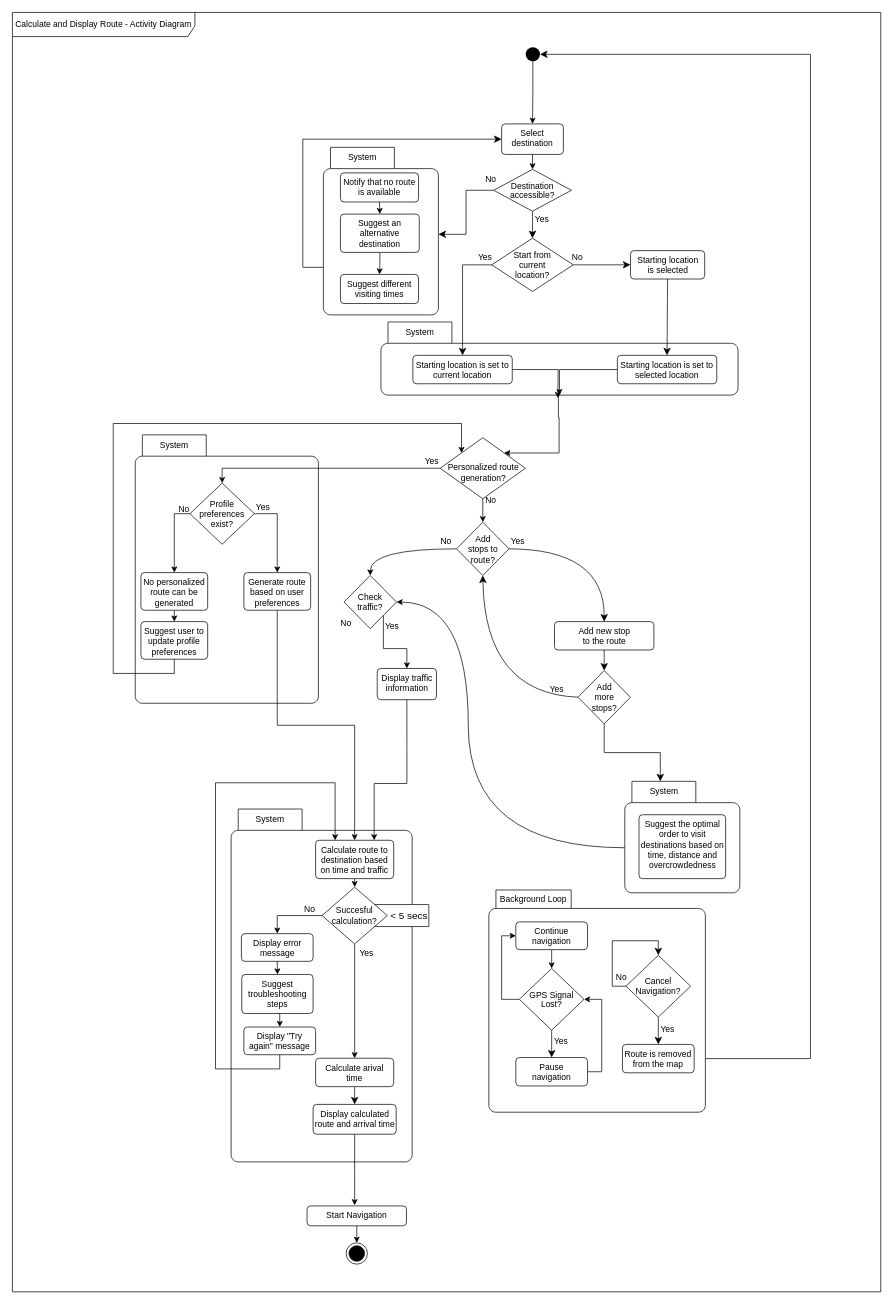
The draw.io diagram Activity Diagrams/Calculate-and-Display-Route.drawio in gsklaven/MusePath, before the edit. Source tidied: cells renumbered, new cells numbered last; positions are measured from the earlier drawing's top-left corner, leaving out a move shared by most shapes. Both pictures are drawn from the tidied source at 71%, with x=0, y=0 at pixel (12, 12).
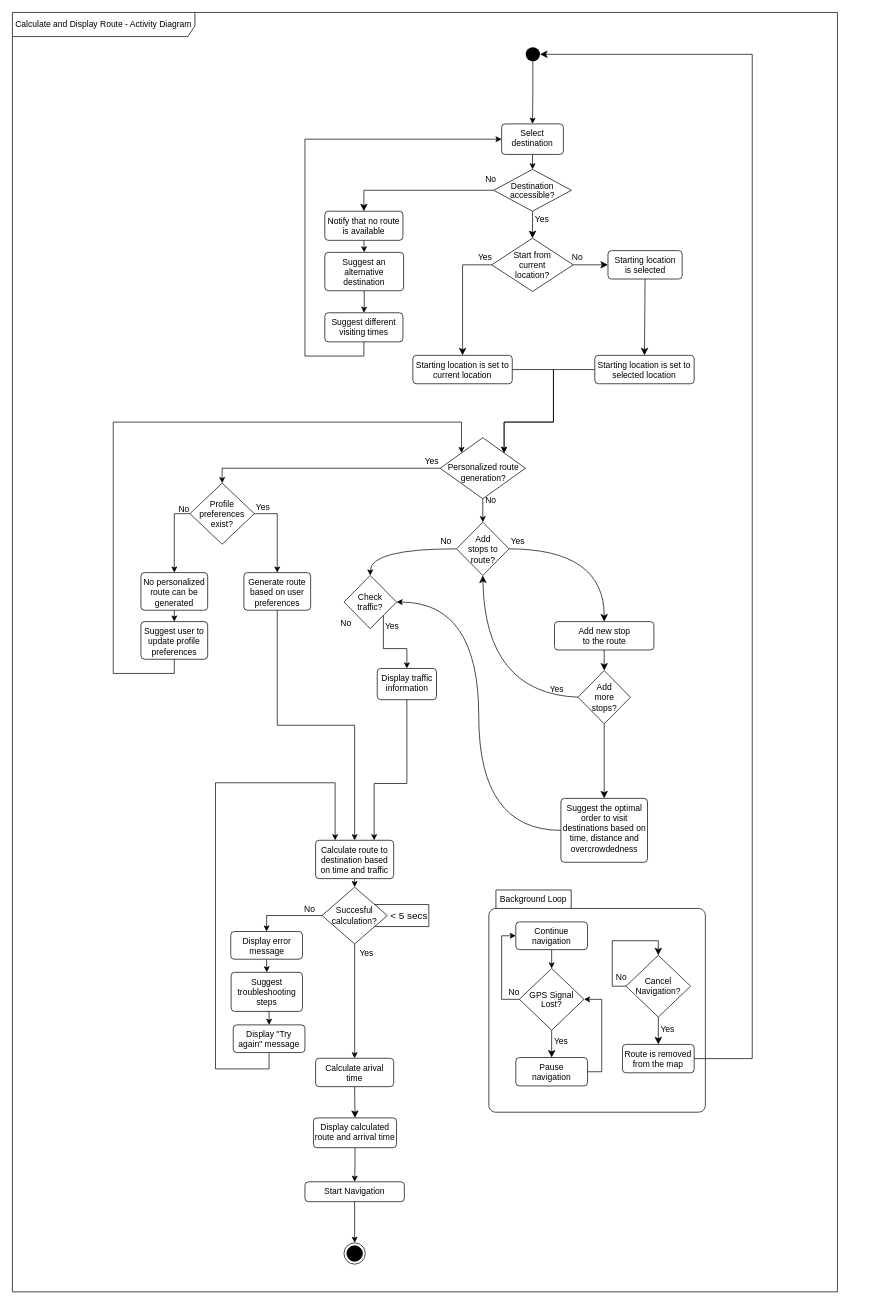
The same page after the edit.

Commit message (it also covers changes not shown here):
Update activity diagram

Unchanged cells that the change refers to:
```xml
<mxCell id="6" style="ellipse;fillColor=#000000;strokeColor=none;" parent="2" vertex="1">
  <mxGeometry x="723" y="49" width="20" height="20" as="geometry" />
</mxCell>
<mxCell id="8" value="Select&lt;div&gt;destination&lt;/div&gt;" style="html=1;align=center;verticalAlign=top;rounded=1;absoluteArcSize=1;arcSize=10;dashed=0;whiteSpace=wrap;" parent="2" vertex="1">
  <mxGeometry x="689" y="157" width="87" height="43" as="geometry" />
</mxCell>
<mxCell id="21" style="rhombus;" parent="2" vertex="1">
  <mxGeometry x="796.5" y="927" width="74" height="75" as="geometry" />
</mxCell>
<mxCell id="29" value="Starting location is set to current location" style="html=1;align=center;verticalAlign=top;rounded=1;absoluteArcSize=1;arcSize=10;dashed=0;whiteSpace=wrap;" parent="2" vertex="1">
  <mxGeometry x="564" y="483" width="140" height="40" as="geometry" />
</mxCell>
<mxCell id="46" value="Destination&#10;accessible?" style="rhombus;" parent="2" vertex="1">
  <mxGeometry x="677.8" y="221" width="109.5" height="59" as="geometry" />
</mxCell>
<mxCell id="50" value="Check&#10;traffic?" style="rhombus;" parent="2" vertex="1">
  <mxGeometry x="467" y="793" width="74" height="75" as="geometry" />
</mxCell>
<mxCell id="55" style="rhombus;" parent="2" vertex="1">
  <mxGeometry x="602.5" y="599" width="120" height="86" as="geometry" />
</mxCell>
<mxCell id="61" value="Calculate route to destination based on time and traffic" style="html=1;align=center;verticalAlign=top;rounded=1;absoluteArcSize=1;arcSize=10;dashed=0;whiteSpace=wrap;" parent="2" vertex="1">
  <mxGeometry x="427" y="1166" width="110" height="54" as="geometry" />
</mxCell>
<mxCell id="72" value="Route is removed from the map" style="html=1;align=center;verticalAlign=top;rounded=1;absoluteArcSize=1;arcSize=10;dashed=0;whiteSpace=wrap;" parent="2" vertex="1">
  <mxGeometry x="859.2" y="1453.5" width="101" height="40" as="geometry" />
</mxCell>
<mxCell id="107" value="Suggest user to update profile&lt;div&gt;&lt;span style=&quot;text-wrap-mode: nowrap;&quot;&gt;preferences&lt;/span&gt;&lt;/div&gt;" style="html=1;align=center;verticalAlign=top;rounded=1;absoluteArcSize=1;arcSize=10;dashed=0;whiteSpace=wrap;" parent="2" vertex="1">
  <mxGeometry x="181" y="858" width="94" height="53" as="geometry" />
</mxCell>
```

Diff of the diagram source:
```diff
@@
     <mxCell id="2" value="Calculate and Display Route - Activity Diagram" style="shape=umlFrame;whiteSpace=wrap;html=1;width=257;height=34;" parent="1" vertex="1">
-      <mxGeometry width="1223" height="1802" as="geometry" />
+      <mxGeometry width="1162" height="1802" as="geometry" />
     </mxCell>
-    <mxCell id="3" value="System" style="shape=folder;align=center;verticalAlign=middle;fontStyle=0;tabWidth=100;tabHeight=30;tabPosition=left;html=1;boundedLbl=1;labelInHeader=1;rounded=1;absoluteArcSize=1;arcSize=10;whiteSpace=wrap;" parent="2" vertex="1">
-      <mxGeometry x="173" y="595" width="258" height="378" as="geometry" />
-    </mxCell>
-    <mxCell id="4" value="System" style="shape=folder;align=center;verticalAlign=middle;fontStyle=0;tabWidth=100;tabHeight=30;tabPosition=left;html=1;boundedLbl=1;labelInHeader=1;rounded=1;absoluteArcSize=1;arcSize=10;whiteSpace=wrap;" parent="2" vertex="1">
-      <mxGeometry x="519" y="436" width="503" height="103" as="geometry" />
-    </mxCell>
@@
     <mxCell id="10" value="Start Navigation" style="html=1;align=center;verticalAlign=top;rounded=1;absoluteArcSize=1;arcSize=10;dashed=0;whiteSpace=wrap;" parent="2" vertex="1">
-      <mxGeometry x="415" y="1681" width="140" height="28" as="geometry" />
+      <mxGeometry x="412" y="1647" width="140" height="28" as="geometry" />
     </mxCell>
@@
-    <mxCell id="20" style="edgeStyle=orthogonalEdgeStyle;rounded=0;jettySize=auto;html=1;exitX=0.5;exitY=1;exitDx=0;exitDy=0;fontSize=12;startSize=8;endSize=8;entryX=0;entryY=0;entryDx=50;entryDy=0;entryPerimeter=0;" parent="2" edge="1" source="21" target="66">
+    <mxCell id="20" style="edgeStyle=orthogonalEdgeStyle;rounded=0;jettySize=auto;html=1;exitX=0.5;exitY=1;exitDx=0;exitDy=0;fontSize=12;startSize=8;endSize=8;entryX=0.5;entryY=0;entryDx=0;entryDy=0;" parent="2" edge="1" source="21" target="67">
       <mxGeometry relative="1" as="geometry" />
     </mxCell>
@@
-    <mxCell id="24" style="edgeStyle=orthogonalEdgeStyle;rounded=0;jettySize=auto;html=1;exitX=0;exitY=0;exitDx=0;exitDy=93.5;exitPerimeter=0;entryX=1;entryY=0.5;entryDx=0;entryDy=0;curved=1;" parent="2" edge="1" source="66" target="50">
-      <mxGeometry relative="1" as="geometry">
-        <Array as="points">
-          <mxPoint x="642" y="1177" />
-          <mxPoint x="642" y="831" />
-        </Array>
-      </mxGeometry>
-    </mxCell>
-    <mxCell id="25" style="edgeStyle=orthogonalEdgeStyle;rounded=0;jettySize=auto;html=1;exitX=1;exitY=0.5;exitDx=0;exitDy=0;fontSize=12;startSize=8;endSize=8;entryX=1;entryY=0.5;entryDx=0;entryDy=0;" parent="2" edge="1" source="72" target="6">
-      <mxGeometry relative="1" as="geometry">
-        <Array as="points">
-          <mxPoint x="1124" y="1474" />
-          <mxPoint x="1124" y="59" />
-        </Array>
-      </mxGeometry>
-    </mxCell>
@@
-    <mxCell id="28" style="edgeStyle=orthogonalEdgeStyle;rounded=0;jettySize=auto;html=1;" parent="2" edge="1" source="29">
-      <mxGeometry relative="1" as="geometry">
-        <mxPoint x="768.2" y="543.2" as="targetPoint" />
-      </mxGeometry>
-    </mxCell>
+    <mxCell id="110" style="edgeStyle=orthogonalEdgeStyle;rounded=0;jettySize=auto;html=1;exitX=1;exitY=0.5;exitDx=0;exitDy=0;entryX=1;entryY=0;entryDx=0;entryDy=0;" parent="2" edge="1" source="29" target="55">
+      <mxGeometry relative="1" as="geometry">
+        <Array as="points">
+          <mxPoint x="762" y="503" />
+          <mxPoint x="762" y="577" />
+          <mxPoint x="693" y="577" />
+        </Array>
+      </mxGeometry>
+    </mxCell>
@@
+    <mxCell id="111" style="edgeStyle=orthogonalEdgeStyle;rounded=0;jettySize=auto;html=1;exitX=0;exitY=0.5;exitDx=0;exitDy=0;entryX=1;entryY=0;entryDx=0;entryDy=0;" parent="2" edge="1" source="31" target="55">
+      <mxGeometry relative="1" as="geometry">
+        <Array as="points">
+          <mxPoint x="762" y="503" />
+          <mxPoint x="762" y="577" />
+          <mxPoint x="693" y="577" />
+        </Array>
+      </mxGeometry>
+    </mxCell>
     <mxCell id="31" value="Starting location is set to&lt;div&gt;selected location&lt;/div&gt;" style="html=1;align=center;verticalAlign=top;rounded=1;absoluteArcSize=1;arcSize=10;dashed=0;whiteSpace=wrap;" parent="2" vertex="1">
-      <mxGeometry x="852" y="483" width="140" height="40" as="geometry" />
+      <mxGeometry x="820.2" y="483" width="140" height="40" as="geometry" />
     </mxCell>
     <mxCell id="32" value="Starting location&lt;div&gt;is selected&lt;/div&gt;" style="html=1;align=center;verticalAlign=top;rounded=1;absoluteArcSize=1;arcSize=10;dashed=0;whiteSpace=wrap;" parent="2" vertex="1">
-      <mxGeometry x="870.5" y="335.5" width="104.5" height="40" as="geometry" />
+      <mxGeometry x="838.8" y="335.5" width="104.5" height="40" as="geometry" />
     </mxCell>
@@
-    <mxCell id="37" style="edgeStyle=orthogonalEdgeStyle;rounded=0;jettySize=auto;html=1;exitX=0.5;exitY=1;exitDx=0;exitDy=0;exitPerimeter=0;entryX=0;entryY=0.5;entryDx=0;entryDy=0;fontSize=12;startSize=8;endSize=8;" parent="2" edge="1" source="38" target="8">
-      <mxGeometry relative="1" as="geometry">
-        <Array as="points">
-          <mxPoint x="509" y="344" />
-          <mxPoint x="509" y="359" />
-          <mxPoint x="409" y="359" />
-          <mxPoint x="409" y="178" />
-        </Array>
-      </mxGeometry>
-    </mxCell>
-    <mxCell id="38" value="System" style="shape=folder;align=center;verticalAlign=middle;fontStyle=0;tabWidth=100;tabHeight=30;tabPosition=left;html=1;boundedLbl=1;labelInHeader=1;rounded=1;absoluteArcSize=1;arcSize=10;whiteSpace=wrap;" parent="2" vertex="1">
-      <mxGeometry x="438" y="190" width="162" height="236" as="geometry" />
-    </mxCell>
@@
     <mxCell id="40" value="Notify that no route is available" style="html=1;align=center;verticalAlign=top;rounded=1;absoluteArcSize=1;arcSize=10;dashed=0;whiteSpace=wrap;" parent="2" vertex="1">
-      <mxGeometry x="462" y="226" width="110" height="41" as="geometry" />
+      <mxGeometry x="440" y="280" width="110" height="41" as="geometry" />
     </mxCell>
@@
     <mxCell id="42" value="Suggest an alternative destination" style="html=1;align=center;verticalAlign=top;rounded=1;absoluteArcSize=1;arcSize=10;dashed=0;whiteSpace=wrap;" parent="2" vertex="1">
-      <mxGeometry x="462" y="284" width="111" height="54" as="geometry" />
+      <mxGeometry x="440" y="338" width="111" height="54" as="geometry" />
     </mxCell>
+    <mxCell id="112" style="edgeStyle=orthogonalEdgeStyle;rounded=0;jettySize=auto;html=1;exitX=0.5;exitY=1;exitDx=0;exitDy=0;entryX=0;entryY=0.5;entryDx=0;entryDy=0;" parent="2" edge="1" source="43" target="8">
+      <mxGeometry relative="1" as="geometry">
+        <Array as="points">
+          <mxPoint x="495" y="484" />
+          <mxPoint x="412" y="484" />
+          <mxPoint x="412" y="179" />
+        </Array>
+      </mxGeometry>
+    </mxCell>
     <mxCell id="43" value="Suggest different visiting times" style="html=1;align=center;verticalAlign=top;rounded=1;absoluteArcSize=1;arcSize=10;dashed=0;whiteSpace=wrap;" parent="2" vertex="1">
-      <mxGeometry x="462" y="369" width="110" height="41" as="geometry" />
+      <mxGeometry x="440" y="423" width="110" height="41" as="geometry" />
     </mxCell>
@@
-    <mxCell id="47" style="edgeStyle=orthogonalEdgeStyle;rounded=0;jettySize=auto;html=1;exitX=0;exitY=0.5;exitDx=0;exitDy=0;entryX=0;entryY=0;entryDx=162;entryDy=122.5;entryPerimeter=0;fontSize=12;startSize=8;endSize=8;" parent="2" edge="1" source="46" target="38">
+    <mxCell id="47" style="edgeStyle=orthogonalEdgeStyle;rounded=0;jettySize=auto;html=1;exitX=0;exitY=0.5;exitDx=0;exitDy=0;entryX=0.5;entryY=0;entryDx=0;entryDy=0;fontSize=12;startSize=8;endSize=8;" parent="2" edge="1" source="46" target="40">
       <mxGeometry relative="1" as="geometry" />
     </mxCell>
@@
-    <mxCell id="59" value="System" style="shape=folder;align=center;verticalAlign=middle;fontStyle=0;tabWidth=100;tabHeight=30;tabPosition=left;html=1;boundedLbl=1;labelInHeader=1;rounded=1;absoluteArcSize=1;arcSize=10;whiteSpace=wrap;" parent="2" vertex="1">
-      <mxGeometry x="308" y="1122" width="255" height="497" as="geometry" />
-    </mxCell>
@@
-    <mxCell id="64" style="edgeStyle=orthogonalEdgeStyle;rounded=0;jettySize=auto;html=1;exitX=0.5;exitY=1;exitDx=0;exitDy=0;entryX=0.5;entryY=0;entryDx=0;entryDy=0;" parent="2" edge="1" source="65">
-      <mxGeometry relative="1" as="geometry">
-        <mxPoint x="482" y="1680" as="targetPoint" />
-      </mxGeometry>
-    </mxCell>
+    <mxCell id="113" style="edgeStyle=orthogonalEdgeStyle;rounded=0;jettySize=auto;html=1;exitX=0.5;exitY=1;exitDx=0;exitDy=0;entryX=0.5;entryY=0;entryDx=0;entryDy=0;" parent="2" edge="1" source="65" target="10">
+      <mxGeometry relative="1" as="geometry" />
+    </mxCell>
     <mxCell id="65" value="Display calculated route and arrival time" style="html=1;align=center;verticalAlign=top;rounded=1;absoluteArcSize=1;arcSize=10;dashed=0;whiteSpace=wrap;" parent="2" vertex="1">
-      <mxGeometry x="423.5" y="1538" width="117" height="42" as="geometry" />
+      <mxGeometry x="424" y="1557" width="117" height="42" as="geometry" />
     </mxCell>
-    <mxCell id="66" value="System" style="shape=folder;align=center;verticalAlign=middle;fontStyle=0;tabWidth=100;tabHeight=30;tabPosition=left;html=1;boundedLbl=1;labelInHeader=1;rounded=1;absoluteArcSize=1;arcSize=10;whiteSpace=wrap;" parent="2" vertex="1">
-      <mxGeometry x="862.5" y="1083" width="162" height="157" as="geometry" />
-    </mxCell>
+    <mxCell id="114" style="edgeStyle=orthogonalEdgeStyle;rounded=0;jettySize=auto;html=1;exitX=0;exitY=0.5;exitDx=0;exitDy=0;entryX=1;entryY=0.5;entryDx=0;entryDy=0;curved=1;" parent="2" edge="1" source="67" target="50">
+      <mxGeometry relative="1" as="geometry" />
+    </mxCell>
     <mxCell id="67" value="Suggest the optimal order to visit destinations based on time, distance and&lt;div&gt;overcrowdedness&lt;/div&gt;" style="html=1;align=center;verticalAlign=top;rounded=1;absoluteArcSize=1;arcSize=10;dashed=0;whiteSpace=wrap;" parent="2" vertex="1">
-      <mxGeometry x="882.5" y="1130" width="122" height="90" as="geometry" />
+      <mxGeometry x="772.5" y="1107" width="122" height="90" as="geometry" />
     </mxCell>
@@
     <mxCell id="88" value="Display error message" style="html=1;align=center;verticalAlign=top;rounded=1;absoluteArcSize=1;arcSize=10;dashed=0;whiteSpace=wrap;" parent="2" vertex="1">
-      <mxGeometry x="322.5" y="1297.5" width="101" height="39" as="geometry" />
+      <mxGeometry x="307.5" y="1294.5" width="101" height="39" as="geometry" />
     </mxCell>
@@
     <mxCell id="90" value="Suggest&lt;div&gt;troubleshooting steps&lt;/div&gt;" style="html=1;align=center;verticalAlign=top;rounded=1;absoluteArcSize=1;arcSize=10;dashed=0;whiteSpace=wrap;" parent="2" vertex="1">
-      <mxGeometry x="323" y="1355" width="100.5" height="55" as="geometry" />
+      <mxGeometry x="308" y="1352" width="100.5" height="55" as="geometry" />
     </mxCell>
     <mxCell id="91" style="edgeStyle=orthogonalEdgeStyle;rounded=0;jettySize=auto;html=1;exitX=0.5;exitY=1;exitDx=0;exitDy=0;entryX=0.25;entryY=0;entryDx=0;entryDy=0;" parent="2" edge="1" source="92" target="61">
       <mxGeometry relative="1" as="geometry">
         <Array as="points">
-          <mxPoint x="376" y="1488" />
+          <mxPoint x="362" y="1488" />
           <mxPoint x="286" y="1488" />
           <mxPoint x="286" y="1085" />
-          <mxPoint x="454" y="1085" />
+          <mxPoint x="455" y="1085" />
         </Array>
       </mxGeometry>
     </mxCell>
     <mxCell id="92" value="Display &quot;Try again&quot; message" style="html=1;align=center;verticalAlign=top;rounded=1;absoluteArcSize=1;arcSize=10;dashed=0;whiteSpace=wrap;" parent="2" vertex="1">
-      <mxGeometry x="326" y="1429" width="101" height="39" as="geometry" />
+      <mxGeometry x="311" y="1426" width="101" height="39" as="geometry" />
     </mxCell>
     <mxCell id="93" style="ellipse;html=1;shape=endState;fillColor=strokeColor;" parent="2" vertex="1">
-      <mxGeometry x="470" y="1733" width="30" height="30" as="geometry" />
+      <mxGeometry x="467" y="1733" width="30" height="30" as="geometry" />
     </mxCell>
-    <mxCell id="94" style="edgeStyle=orthogonalEdgeStyle;rounded=0;jettySize=auto;html=1;exitX=0.5;exitY=1;exitDx=0;exitDy=0;exitPerimeter=0;entryX=1;entryY=0;entryDx=0;entryDy=0;" parent="2" edge="1" source="4" target="55">
-      <mxGeometry relative="1" as="geometry">
-        <Array as="points">
-          <mxPoint x="769" y="539" />
-          <mxPoint x="769" y="571" />
-          <mxPoint x="770" y="571" />
-          <mxPoint x="770" y="621" />
-        </Array>
-      </mxGeometry>
-    </mxCell>
@@
     <mxCell id="106" style="edgeStyle=orthogonalEdgeStyle;rounded=0;jettySize=auto;html=1;exitX=0.5;exitY=1;exitDx=0;exitDy=0;entryX=0;entryY=0;entryDx=0;entryDy=0;" parent="2" edge="1" source="107" target="55">
       <mxGeometry relative="1" as="geometry">
         <Array as="points">
           <mxPoint x="228" y="931" />
           <mxPoint x="142" y="931" />
-          <mxPoint x="142" y="579" />
-          <mxPoint x="633" y="579" />
+          <mxPoint x="142" y="577" />
+          <mxPoint x="632" y="577" />
         </Array>
       </mxGeometry>
     </mxCell>
@@
-    <mxCell id="109" style="edgeStyle=orthogonalEdgeStyle;rounded=0;jettySize=auto;html=1;entryX=0.5;entryY=1;entryDx=0;entryDy=0;entryPerimeter=0;" parent="2" edge="1" source="31" target="4">
-      <mxGeometry relative="1" as="geometry">
-        <Array as="points">
-          <mxPoint x="771" y="503" />
-        </Array>
-      </mxGeometry>
-    </mxCell>
+    <mxCell id="115" value="No" style="text;html=1;align=center;verticalAlign=middle;whiteSpace=wrap;rounded=0;" parent="2" vertex="1">
+      <mxGeometry x="676.5" y="1364.5" width="60" height="30" as="geometry" />
+    </mxCell>
+    <mxCell id="25" style="edgeStyle=orthogonalEdgeStyle;rounded=0;jettySize=auto;html=1;exitX=1;exitY=0.5;exitDx=0;exitDy=0;fontSize=12;startSize=8;endSize=8;entryX=1;entryY=0.5;entryDx=0;entryDy=0;" parent="2" edge="1" source="72" target="6">
+      <mxGeometry relative="1" as="geometry">
+        <Array as="points">
+          <mxPoint x="1042" y="1473" />
+          <mxPoint x="1042" y="59" />
+        </Array>
+      </mxGeometry>
+    </mxCell>
```
